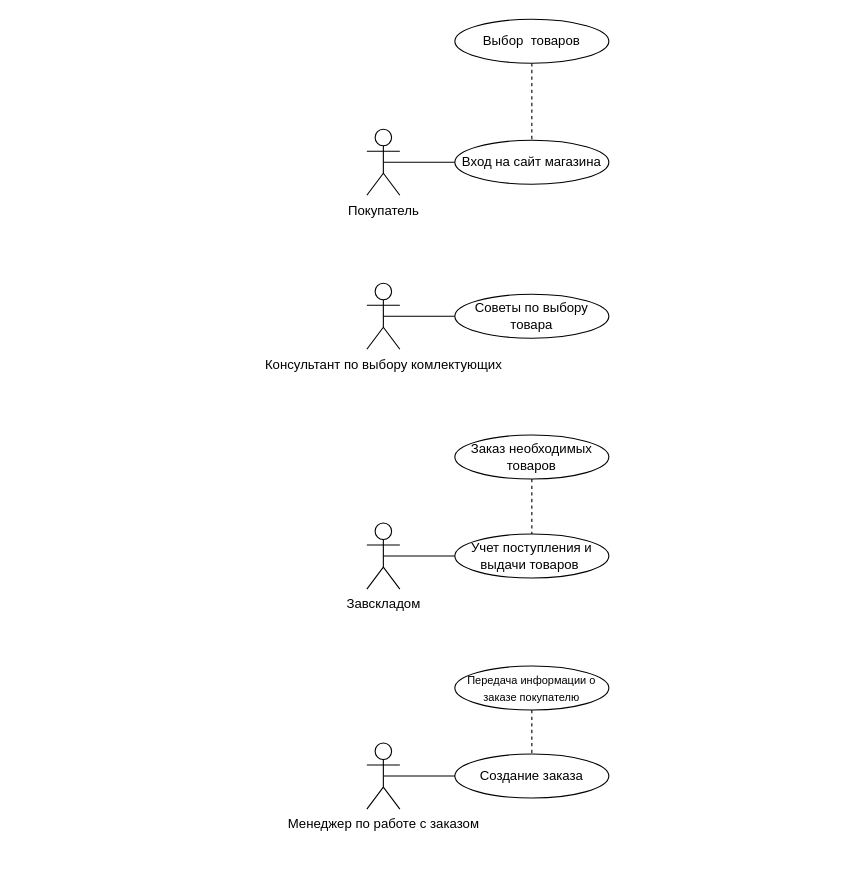
Above: лаб 1.drawio in arn1ee/-1 (draw.io), before the change. Source tidied: cells renumbered, new cells numbered last; positions are measured from the earlier drawing's top-left corner, leaving out a move shared by most shapes. Both pictures are drawn from the tidied source at 110%, with x=0, y=0 at pixel (366, 19).
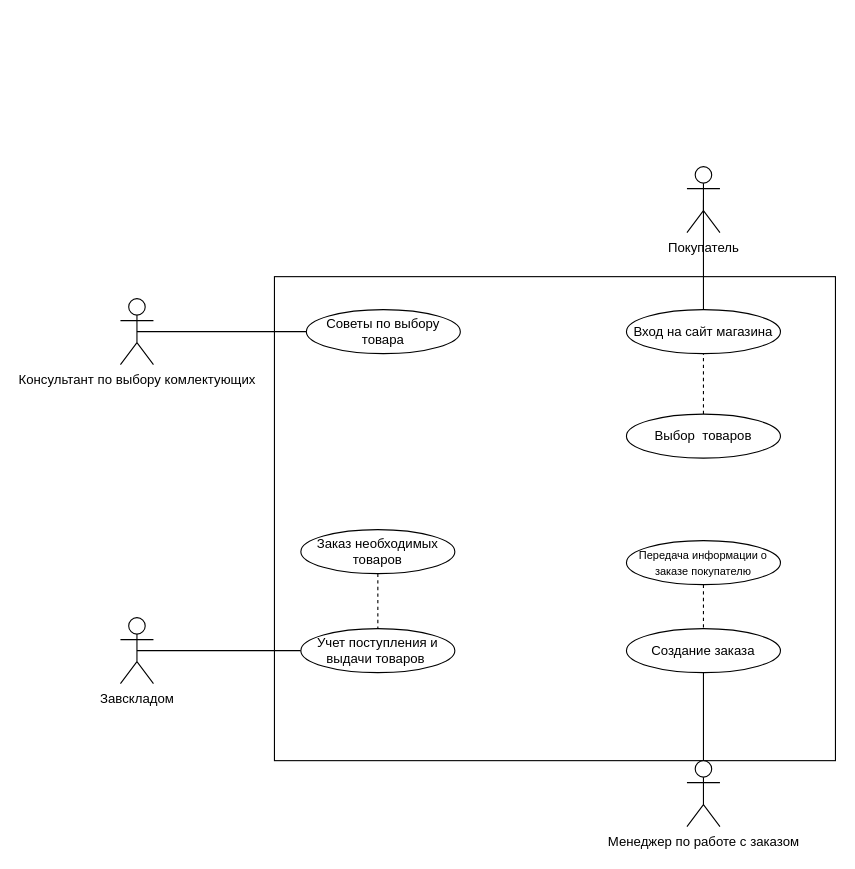
The same page after the edit.

The edit, as a diff of the source:
```diff
@@
+    <mxCell id="20" style="rounded=0;whiteSpace=wrap;html=1;fillStyle=zigzag-line;fillColor=none;" parent="1" vertex="1">
+      <mxGeometry x="-84" y="234" width="510" height="440" as="geometry" />
+    </mxCell>
-    <mxCell id="2" style="edgeStyle=orthogonalEdgeStyle;rounded=0;jettySize=auto;html=1;exitX=0.5;exitY=1;exitDx=0;exitDy=0;entryX=0.5;entryY=0;entryDx=0;entryDy=0;dashed=1;endArrow=none;endFill=0;" parent="1" edge="1" source="3" target="6">
+    <mxCell id="2" style="edgeStyle=orthogonalEdgeStyle;rounded=0;jettySize=auto;html=1;exitX=0.5;exitY=0;exitDx=0;exitDy=0;entryX=0.5;entryY=1;entryDx=0;entryDy=0;dashed=1;endArrow=none;endFill=0;" parent="1" edge="1" source="3" target="6">
       <mxGeometry relative="1" as="geometry" />
     </mxCell>
     <mxCell id="3" value="Выбор&amp;nbsp; товаров" style="ellipse;whiteSpace=wrap;html=1;" parent="1" vertex="1">
-      <mxGeometry x="80" width="140" height="40" as="geometry" />
+      <mxGeometry x="236" y="359" width="140" height="40" as="geometry" />
     </mxCell>
     <mxCell id="4" value="Покупатель" style="shape=umlActor;verticalLabelPosition=bottom;verticalAlign=top;html=1;" parent="1" vertex="1">
-      <mxGeometry y="100" width="30" height="60" as="geometry" />
+      <mxGeometry x="291" y="134" width="30" height="60" as="geometry" />
     </mxCell>
-    <mxCell id="5" style="edgeStyle=orthogonalEdgeStyle;rounded=0;jettySize=auto;html=1;exitX=0;exitY=0.5;exitDx=0;exitDy=0;entryX=0.5;entryY=0.5;entryDx=0;entryDy=0;entryPerimeter=0;endArrow=none;endFill=0;" parent="1" edge="1" source="6" target="4">
+    <mxCell id="5" style="edgeStyle=orthogonalEdgeStyle;rounded=0;jettySize=auto;html=1;exitX=0.5;exitY=0;exitDx=0;exitDy=0;entryX=0.5;entryY=0.5;entryDx=0;entryDy=0;entryPerimeter=0;endArrow=none;endFill=0;" parent="1" edge="1" source="6" target="4">
       <mxGeometry relative="1" as="geometry" />
     </mxCell>
     <mxCell id="6" value="Вход на сайт магазина" style="ellipse;whiteSpace=wrap;html=1;" parent="1" vertex="1">
-      <mxGeometry x="80" y="110" width="140" height="40" as="geometry" />
+      <mxGeometry x="236" y="264" width="140" height="40" as="geometry" />
     </mxCell>
     <mxCell id="7" value="Консультант по выбору комлектующих" style="shape=umlActor;verticalLabelPosition=bottom;verticalAlign=top;html=1;" parent="1" vertex="1">
-      <mxGeometry y="240" width="30" height="60" as="geometry" />
+      <mxGeometry x="-224" y="254" width="30" height="60" as="geometry" />
     </mxCell>
@@
     <mxCell id="9" value="Советы по выбору товара" style="ellipse;whiteSpace=wrap;html=1;" parent="1" vertex="1">
-      <mxGeometry x="80" y="250" width="140" height="40" as="geometry" />
+      <mxGeometry x="-55" y="264" width="140" height="40" as="geometry" />
     </mxCell>
     <mxCell id="10" value="Завскладом" style="shape=umlActor;verticalLabelPosition=bottom;verticalAlign=top;html=1;" parent="1" vertex="1">
-      <mxGeometry y="458" width="30" height="60" as="geometry" />
+      <mxGeometry x="-224" y="544" width="30" height="60" as="geometry" />
     </mxCell>
@@
     <mxCell id="12" value="Учет поступления и выдачи товаров&amp;nbsp;" style="ellipse;whiteSpace=wrap;html=1;" parent="1" vertex="1">
-      <mxGeometry x="80" y="468" width="140" height="40" as="geometry" />
+      <mxGeometry x="-60" y="554" width="140" height="40" as="geometry" />
     </mxCell>
     <mxCell id="13" value="Менеджер по работе с заказом" style="shape=umlActor;verticalLabelPosition=bottom;verticalAlign=top;html=1;" parent="1" vertex="1">
-      <mxGeometry y="658" width="30" height="60" as="geometry" />
+      <mxGeometry x="291" y="674" width="30" height="60" as="geometry" />
     </mxCell>
-    <mxCell id="14" style="edgeStyle=orthogonalEdgeStyle;rounded=0;jettySize=auto;html=1;exitX=0;exitY=0.5;exitDx=0;exitDy=0;entryX=0.5;entryY=0.5;entryDx=0;entryDy=0;entryPerimeter=0;endArrow=none;endFill=0;" parent="1" edge="1" source="15" target="13">
+    <mxCell id="14" style="edgeStyle=orthogonalEdgeStyle;rounded=0;jettySize=auto;html=1;exitX=0.5;exitY=1;exitDx=0;exitDy=0;endArrow=none;endFill=0;entryX=0.5;entryY=0;entryDx=0;entryDy=0;entryPerimeter=0;" parent="1" edge="1" source="15" target="13">
       <mxGeometry relative="1" as="geometry" />
     </mxCell>
     <mxCell id="15" value="Создание заказа" style="ellipse;whiteSpace=wrap;html=1;" parent="1" vertex="1">
-      <mxGeometry x="80" y="668" width="140" height="40" as="geometry" />
+      <mxGeometry x="236" y="554" width="140" height="40" as="geometry" />
     </mxCell>
@@
     <mxCell id="17" value="&lt;font style=&quot;font-size: 10px;&quot;&gt;Передача информации о заказе покупателю&lt;/font&gt;" style="ellipse;whiteSpace=wrap;html=1;" parent="1" vertex="1">
-      <mxGeometry x="80" y="588" width="140" height="40" as="geometry" />
+      <mxGeometry x="236" y="474" width="140" height="40" as="geometry" />
     </mxCell>
@@
     <mxCell id="19" value="&lt;font style=&quot;font-size: 12px;&quot;&gt;Заказ необходимых товаров&lt;/font&gt;" style="ellipse;whiteSpace=wrap;html=1;" parent="1" vertex="1">
-      <mxGeometry x="80" y="378" width="140" height="40" as="geometry" />
+      <mxGeometry x="-60" y="464" width="140" height="40" as="geometry" />
     </mxCell>
```
